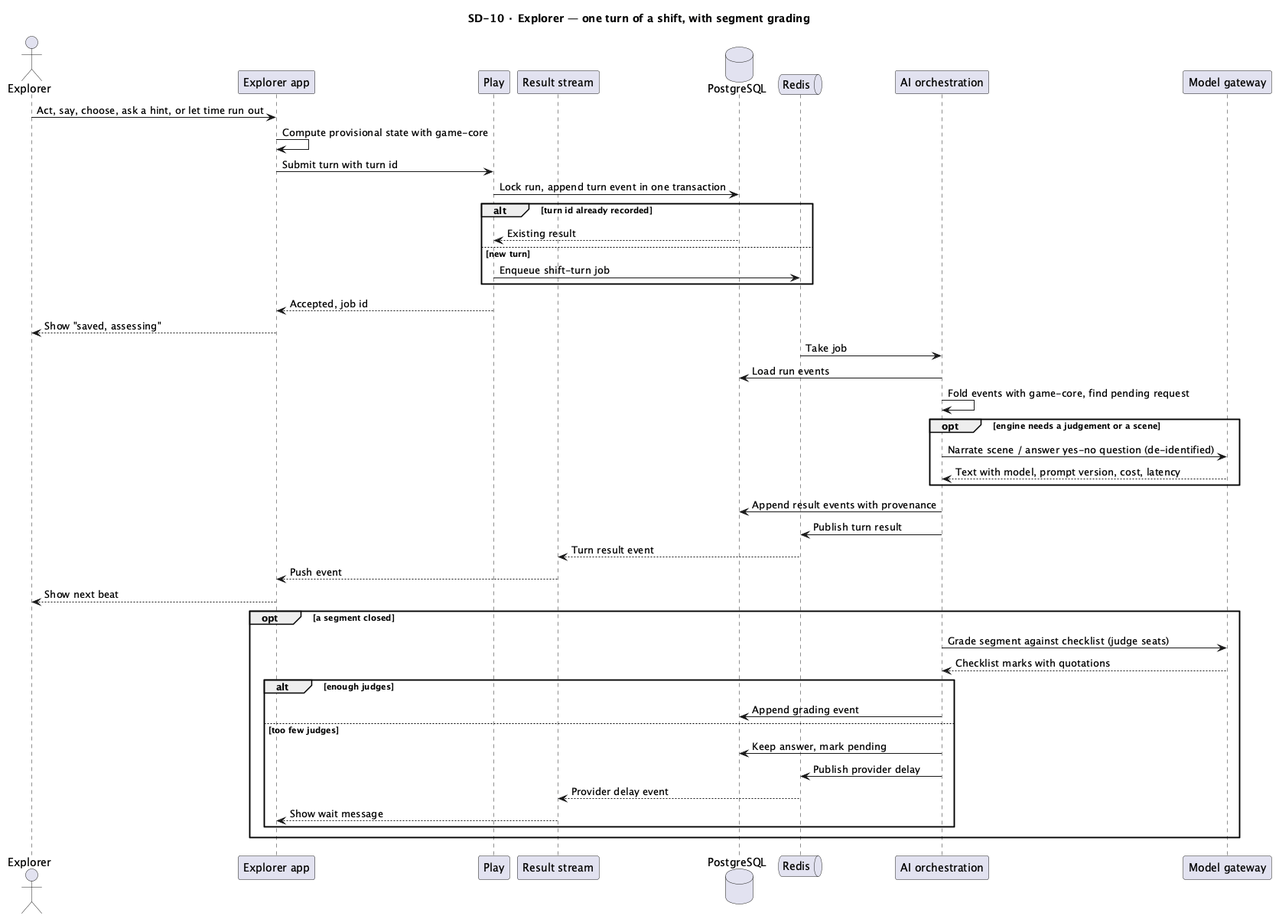
The-Golden-Trio/Capstone-Project keeps this PlantUML diagram as reports/master/figures/SD-10_Explorer_ShiftTurn.png. Above is the earlier version. Its diagram source:
```plantuml
@startuml SD-10_Explorer_ShiftTurn
!pragma layout smetana
title SD-10 · Explorer — one turn of a shift, with segment grading

actor Explorer
participant "Explorer app" as App
participant "Play" as Play
participant "Result stream" as RS
database "PostgreSQL" as DB
queue "Redis" as R
participant "AI orchestration" as AI
participant "Model gateway" as GW

Explorer -> App : Act, say, choose, ask a hint, or let time run out
App -> App : Compute provisional state with game-core
App -> Play : Submit turn with turn id
Play -> DB : Lock run, append turn event in one transaction
alt turn id already recorded
  DB --> Play : Existing result
else new turn
  Play -> R : Enqueue shift-turn job
end
Play --> App : Accepted, job id
App --> Explorer : Show "saved, assessing"

R -> AI : Take job
AI -> DB : Load run events
AI -> AI : Fold events with game-core, find pending request
opt engine needs a judgement or a scene
  AI -> GW : Narrate scene / answer yes-no question (de-identified)
  GW --> AI : Text with model, prompt version, cost, latency
end
AI -> DB : Append result events with provenance
AI -> R : Publish turn result
R --> RS : Turn result event
RS --> App : Push event
App --> Explorer : Show next beat

opt a segment closed
  AI -> GW : Grade segment against checklist (judge seats)
  GW --> AI : Checklist marks with quotations
  alt enough judges
    AI -> DB : Append grading event
  else too few judges
    AI -> DB : Keep answer, mark pending
    AI -> R : Publish provider delay
    R --> RS : Provider delay event
    RS --> App : Show wait message
  end
end
@enduml
```
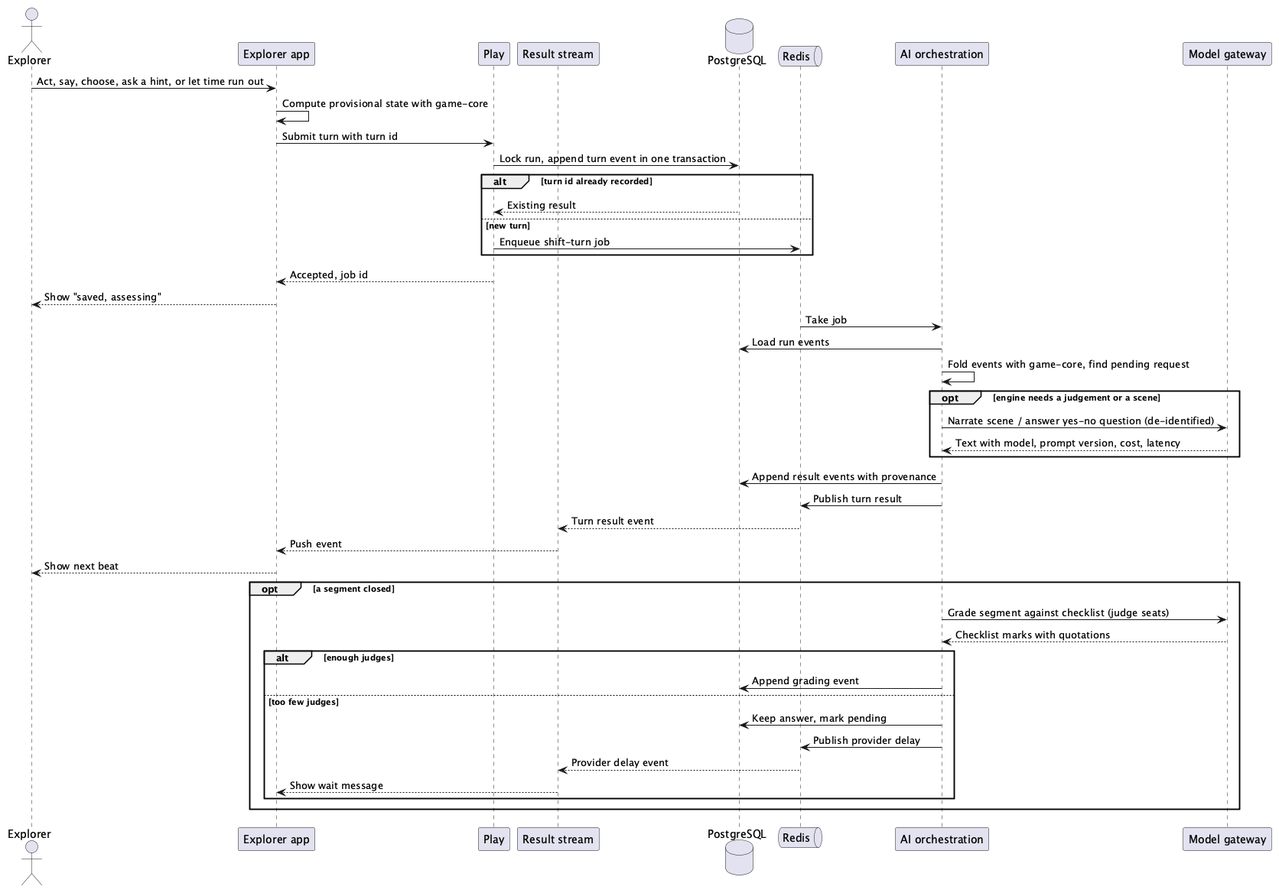
The same file after the commit.

Change to the diagram source:
```diff
@@ -1,6 +1,4 @@
 @startuml SD-10_Explorer_ShiftTurn
-!pragma layout smetana
-title SD-10 · Explorer — one turn of a shift, with segment grading
 
 actor Explorer
 participant "Explorer app" as App
```
